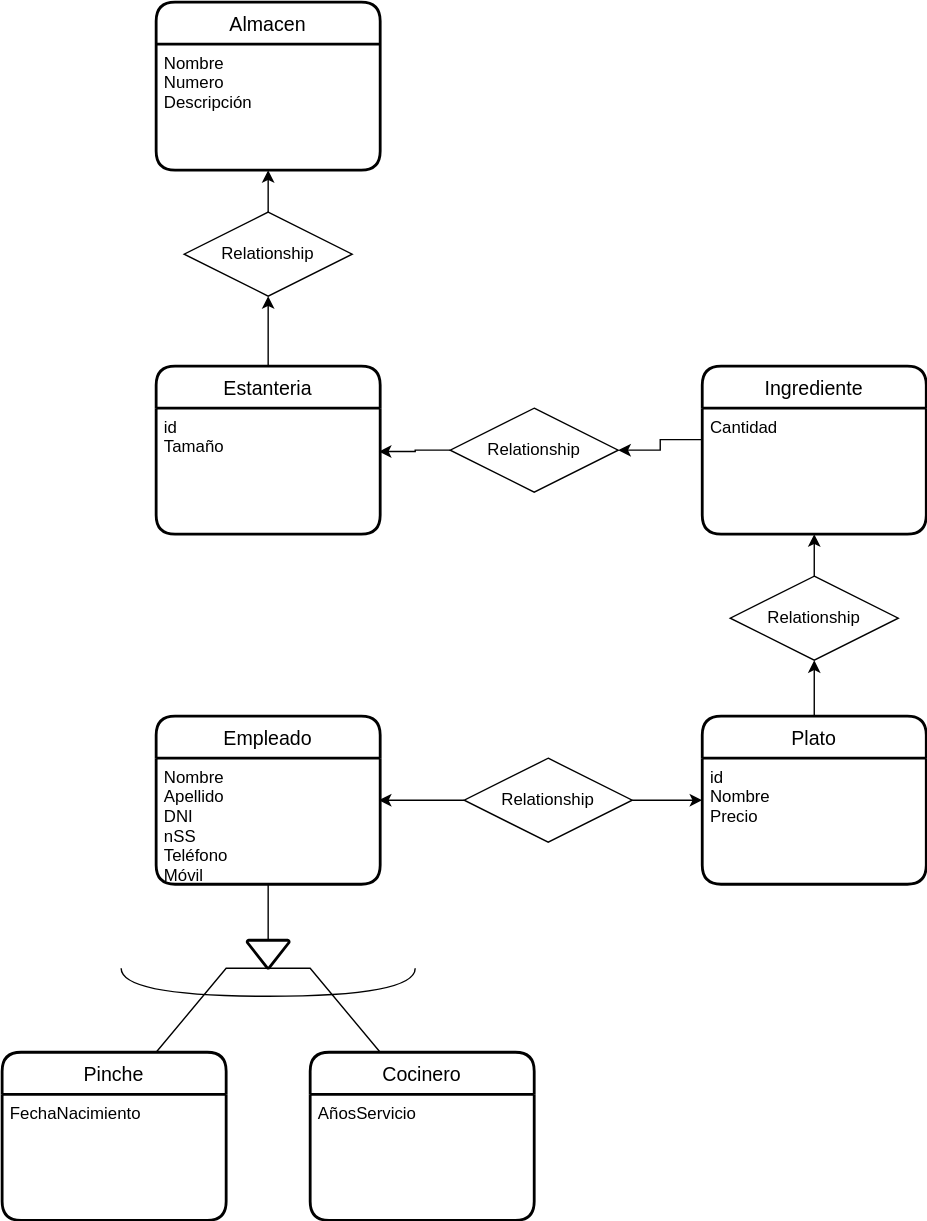
Earlier version of the draw.io export UD12-13.svg (Jimxx22/C3-UD11-UML). Source tidied: cells renumbered, new cells last; positions are measured from the earlier drawing's top-left corner, leaving out a move shared by most shapes.
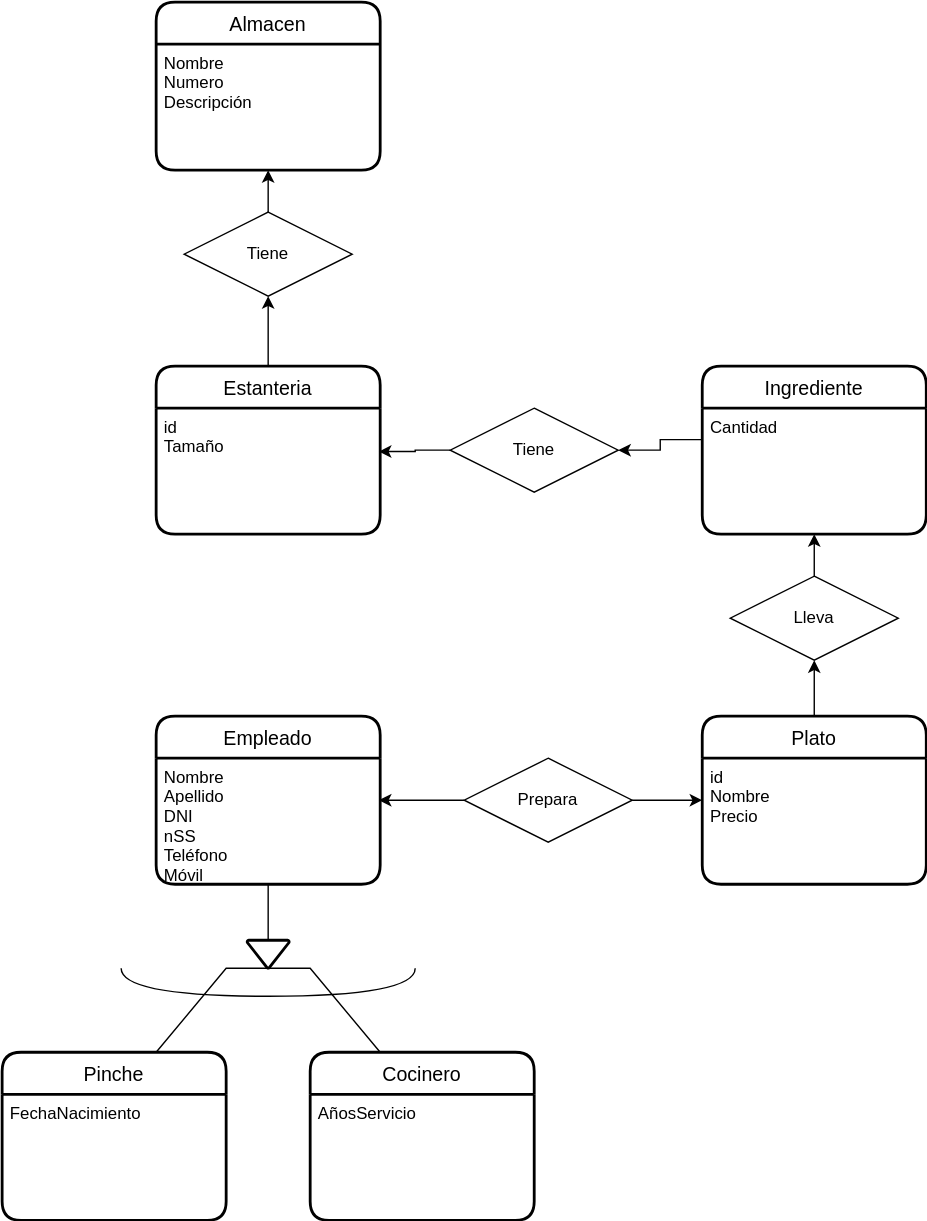
The same diagram one commit later.

What changed in the source:
```diff
@@ -53,19 +53,19 @@
     <mxCell id="18" style="edgeStyle=orthogonalEdgeStyle;rounded=0;jettySize=auto;html=1;exitX=0.5;exitY=0;exitDx=0;exitDy=0;entryX=0.5;entryY=1;entryDx=0;entryDy=0;" parent="1" edge="1" source="19" target="11">
       <mxGeometry relative="1" as="geometry" />
     </mxCell>
-    <mxCell id="19" value="Relationship" style="shape=rhombus;perimeter=rhombusPerimeter;whiteSpace=wrap;html=1;align=center;" parent="1" vertex="1">
+    <mxCell id="19" value="Lleva" style="shape=rhombus;perimeter=rhombusPerimeter;whiteSpace=wrap;html=1;align=center;" parent="1" vertex="1">
       <mxGeometry x="520" y="410" width="120" height="60" as="geometry" />
     </mxCell>
     <mxCell id="20" style="edgeStyle=orthogonalEdgeStyle;rounded=0;jettySize=auto;html=1;exitX=0;exitY=0.5;exitDx=0;exitDy=0;entryX=0.994;entryY=0.344;entryDx=0;entryDy=0;entryPerimeter=0;" parent="1" edge="1" source="21" target="15">
       <mxGeometry relative="1" as="geometry" />
     </mxCell>
-    <mxCell id="21" value="Relationship" style="shape=rhombus;perimeter=rhombusPerimeter;whiteSpace=wrap;html=1;align=center;" parent="1" vertex="1">
+    <mxCell id="21" value="Tiene" style="shape=rhombus;perimeter=rhombusPerimeter;whiteSpace=wrap;html=1;align=center;" parent="1" vertex="1">
       <mxGeometry x="320" y="290" width="120" height="60" as="geometry" />
     </mxCell>
     <mxCell id="22" style="edgeStyle=orthogonalEdgeStyle;rounded=0;jettySize=auto;html=1;exitX=0.5;exitY=0;exitDx=0;exitDy=0;entryX=0.5;entryY=1;entryDx=0;entryDy=0;" parent="1" edge="1" source="23" target="16">
       <mxGeometry relative="1" as="geometry" />
     </mxCell>
-    <mxCell id="23" value="Relationship" style="shape=rhombus;perimeter=rhombusPerimeter;whiteSpace=wrap;html=1;align=center;" parent="1" vertex="1">
+    <mxCell id="23" value="Tiene" style="shape=rhombus;perimeter=rhombusPerimeter;whiteSpace=wrap;html=1;align=center;" parent="1" vertex="1">
       <mxGeometry x="130" y="150" width="120" height="60" as="geometry" />
     </mxCell>
     <mxCell id="24" style="edgeStyle=orthogonalEdgeStyle;rounded=0;jettySize=auto;html=1;exitX=0;exitY=0.5;exitDx=0;exitDy=0;entryX=0.994;entryY=0.333;entryDx=0;entryDy=0;entryPerimeter=0;" parent="1" edge="1" source="26" target="3">
@@ -74,7 +74,7 @@
     <mxCell id="25" style="edgeStyle=orthogonalEdgeStyle;rounded=0;jettySize=auto;html=1;exitX=1;exitY=0.5;exitDx=0;exitDy=0;entryX=0;entryY=0.5;entryDx=0;entryDy=0;" parent="1" edge="1" source="26" target="9">
       <mxGeometry relative="1" as="geometry" />
     </mxCell>
-    <mxCell id="26" value="Relationship" style="shape=rhombus;perimeter=rhombusPerimeter;whiteSpace=wrap;html=1;align=center;" parent="1" vertex="1">
+    <mxCell id="26" value="Prepara" style="shape=rhombus;perimeter=rhombusPerimeter;whiteSpace=wrap;html=1;align=center;" parent="1" vertex="1">
       <mxGeometry x="330" y="540" width="120" height="60" as="geometry" />
     </mxCell>
     <mxCell id="27" style="edgeStyle=orthogonalEdgeStyle;rounded=0;jettySize=auto;html=1;exitX=0;exitY=0.25;exitDx=0;exitDy=0;entryX=1;entryY=0.5;entryDx=0;entryDy=0;" parent="1" edge="1" source="12" target="21">
```
